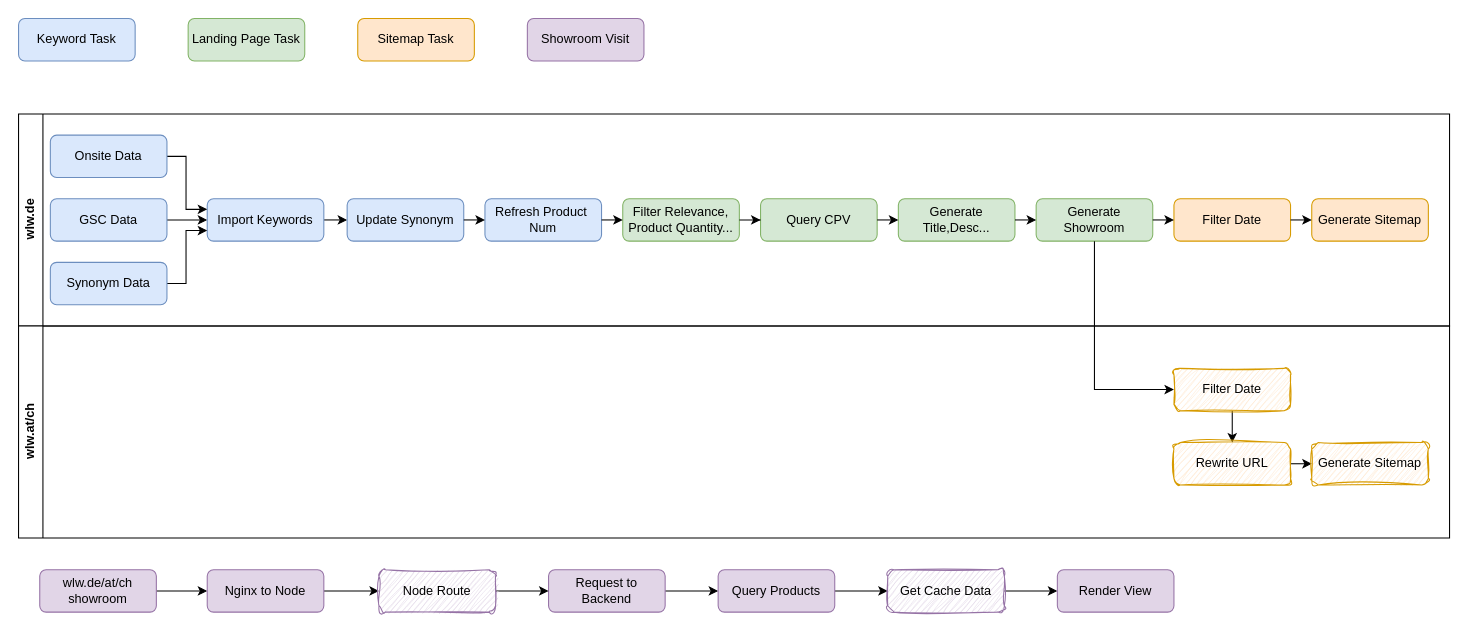
Above: drawio/wlw_sitemap.drawio in VisableHarry/seo-drawio (draw.io), before the change. Source tidied: cells renumbered, new cells numbered last; positions are measured from the earlier drawing's top-left corner, leaving out a move shared by most shapes. Both pictures are drawn from the tidied source at 106%, with x=0, y=0 at pixel (18, 18).
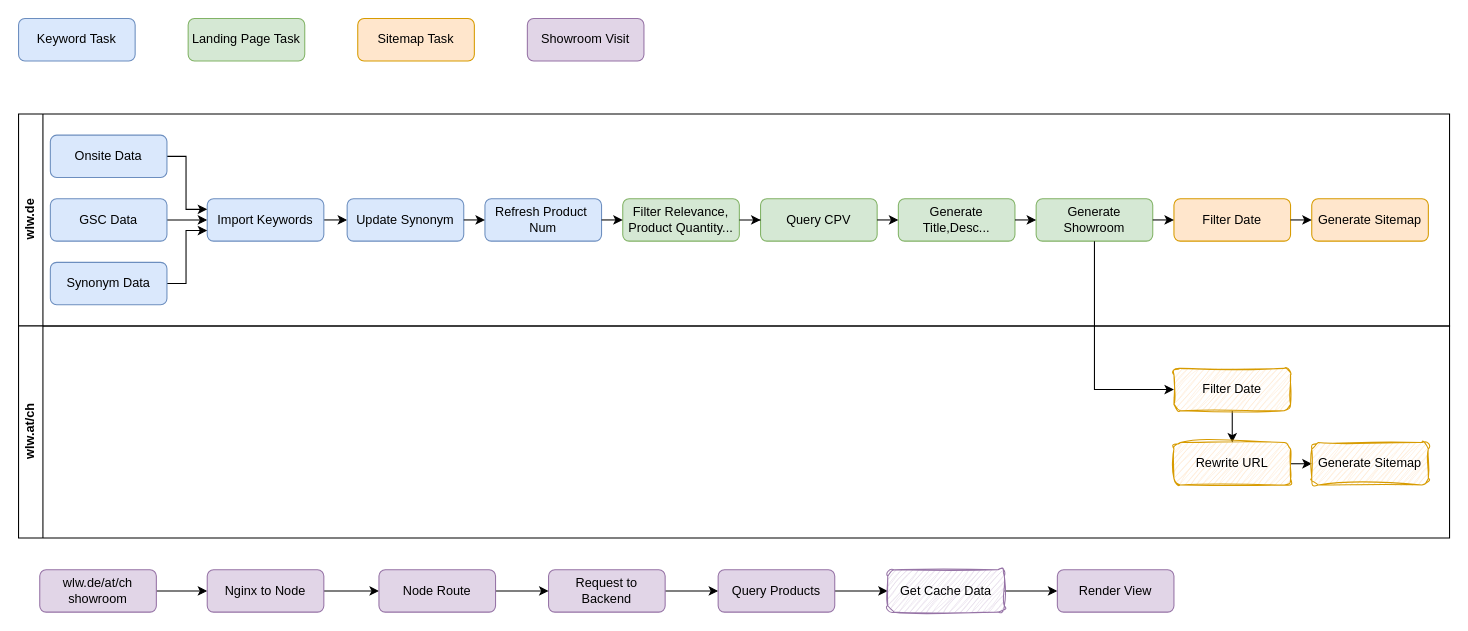
The same page after the edit.

Change to the diagram source:
```diff
@@
-    <mxCell id="49" value="Node Route" style="rounded=1;whiteSpace=wrap;html=1;fillColor=#e1d5e7;strokeColor=#9673a6;sketch=1;curveFitting=1;jiggle=2;" parent="1" vertex="1">
+    <mxCell id="49" value="Node Route" style="rounded=1;whiteSpace=wrap;html=1;fillColor=#e1d5e7;strokeColor=#9673a6;" parent="1" vertex="1">
       <mxGeometry x="340" y="520" width="110" height="40" as="geometry" />
     </mxCell>
```
